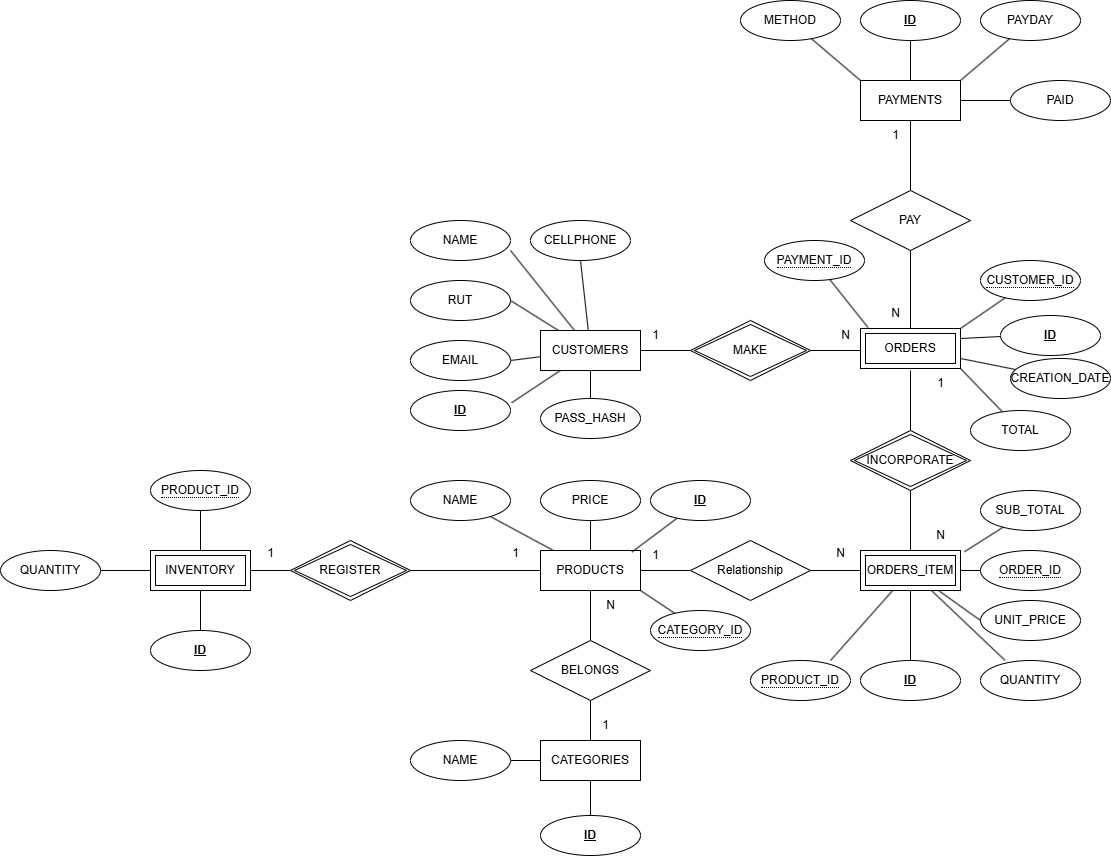
The draw.io diagram docs/er.png in gNOR-mu/ecommerce-db-m3, before a commit. Source tidied: cells renumbered, new cells last; positions are measured from the earlier drawing's top-left corner, leaving out a move shared by most shapes.
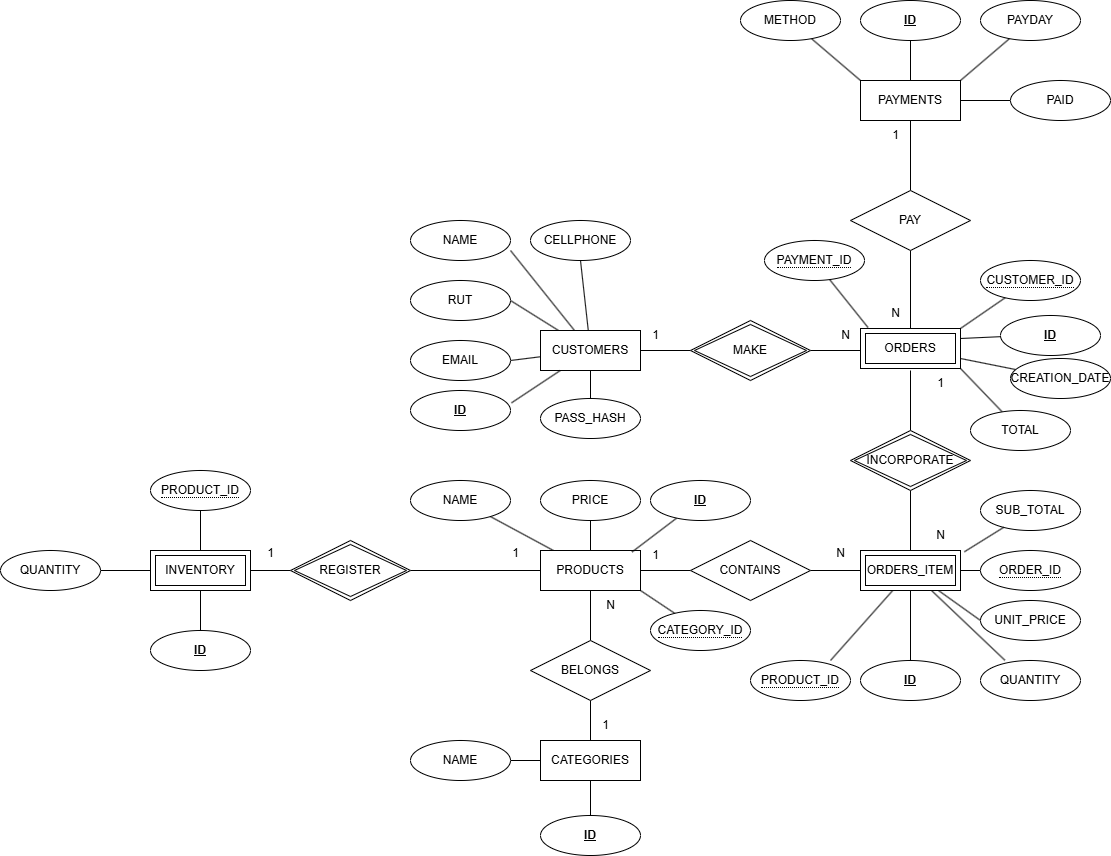
Above is the later version.

Commit message:
relación corregida

Diff of the diagram source:
```diff
@@ -130,7 +130,7 @@
     <mxCell id="37" style="edgeStyle=none;html=1;entryX=1;entryY=0.5;entryDx=0;entryDy=0;endArrow=none;endFill=0;" parent="1" edge="1" source="38" target="11">
       <mxGeometry relative="1" as="geometry" />
     </mxCell>
-    <mxCell id="38" value="Relationship" style="shape=rhombus;perimeter=rhombusPerimeter;whiteSpace=wrap;html=1;align=center;" parent="1" vertex="1">
+    <mxCell id="38" value="CONTAINS" style="shape=rhombus;perimeter=rhombusPerimeter;whiteSpace=wrap;html=1;align=center;" parent="1" vertex="1">
       <mxGeometry x="690" y="540" width="120" height="60" as="geometry" />
     </mxCell>
     <mxCell id="39" value="1" style="text;html=1;align=center;verticalAlign=middle;strokeColor=none;fillColor=none;" parent="1" vertex="1">
```
